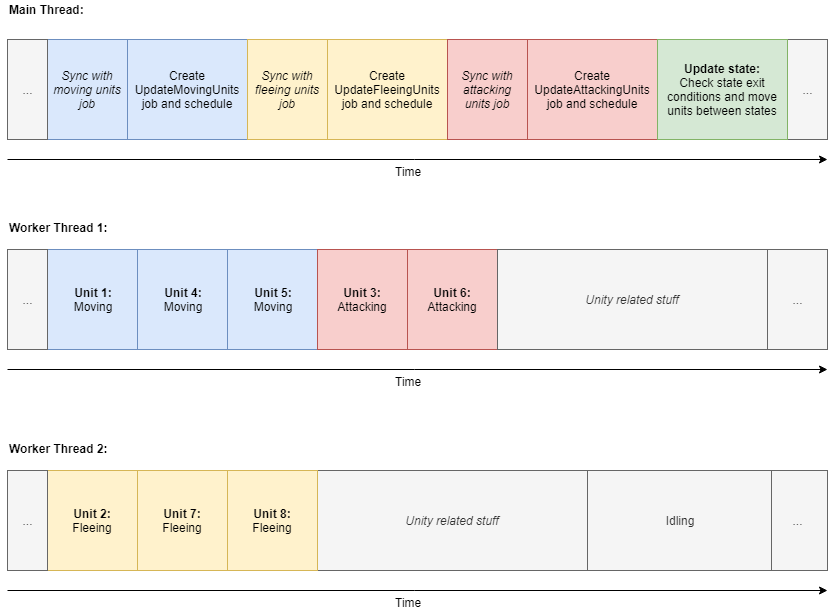
This is presentation/pictures/concurrent.png from sppt-2019/report, a draw.io export, as it was before one commit. Source tidied: cells renumbered, new cells last; positions are measured from the earlier drawing's top-left corner, leaving out a move shared by most shapes.
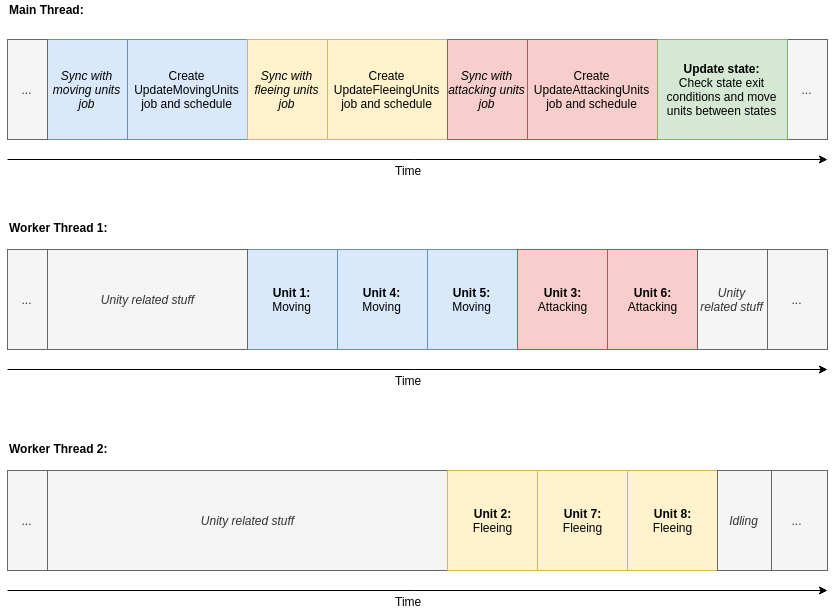
Above is the later version.

Diff of the diagram source:
```diff
@@ -40,25 +40,25 @@
       </mxGeometry>
     </mxCell>
     <mxCell id="11" value="&lt;b&gt;Unit 1:&lt;br&gt;&lt;/b&gt;Moving&lt;br&gt;&lt;b&gt;&lt;/b&gt;" style="rounded=0;whiteSpace=wrap;html=1;fillColor=#dae8fc;strokeColor=#6c8ebf;" parent="1" vertex="1">
-      <mxGeometry x="40" y="249" width="90" height="100" as="geometry" />
+      <mxGeometry x="240" y="249" width="90" height="100" as="geometry" />
     </mxCell>
     <mxCell id="12" value="&lt;div&gt;&lt;b&gt;Unit 4:&lt;/b&gt;&lt;/div&gt;Moving&lt;br&gt;&lt;b&gt;&lt;/b&gt;" style="rounded=0;whiteSpace=wrap;html=1;fillColor=#dae8fc;strokeColor=#6c8ebf;" parent="1" vertex="1">
-      <mxGeometry x="130" y="249" width="90" height="100" as="geometry" />
+      <mxGeometry x="330" y="249" width="90" height="100" as="geometry" />
     </mxCell>
     <mxCell id="13" value="&lt;div&gt;&lt;b&gt;Unit 5:&lt;/b&gt;&lt;/div&gt;Moving&lt;br&gt;&lt;b&gt;&lt;/b&gt;" style="rounded=0;whiteSpace=wrap;html=1;fillColor=#dae8fc;strokeColor=#6c8ebf;" parent="1" vertex="1">
-      <mxGeometry x="220" y="249" width="90" height="100" as="geometry" />
+      <mxGeometry x="420" y="249" width="90" height="100" as="geometry" />
     </mxCell>
     <mxCell id="14" value="..." style="rounded=0;whiteSpace=wrap;html=1;fillColor=#f5f5f5;strokeColor=#666666;fontColor=#333333;" parent="1" vertex="1">
       <mxGeometry x="760" y="249" width="60" height="100" as="geometry" />
     </mxCell>
     <mxCell id="15" value="&lt;b&gt;Unit 3:&lt;br&gt;&lt;/b&gt;&lt;div&gt;Attacking&lt;/div&gt;" style="rounded=0;whiteSpace=wrap;html=1;fillColor=#f8cecc;strokeColor=#b85450;" parent="1" vertex="1">
-      <mxGeometry x="310" y="249" width="90" height="100" as="geometry" />
+      <mxGeometry x="510" y="249" width="90" height="100" as="geometry" />
     </mxCell>
     <mxCell id="16" value="&lt;b&gt;Unit 6:&lt;br&gt;&lt;/b&gt;&lt;div&gt;Attacking&lt;/div&gt;" style="rounded=0;whiteSpace=wrap;html=1;fillColor=#f8cecc;strokeColor=#b85450;" parent="1" vertex="1">
-      <mxGeometry x="400" y="249" width="90" height="100" as="geometry" />
+      <mxGeometry x="600" y="249" width="90" height="100" as="geometry" />
     </mxCell>
     <mxCell id="17" value="&lt;i&gt;Unity related stuff&lt;br&gt;&lt;/i&gt;" style="rounded=0;whiteSpace=wrap;html=1;fillColor=#f5f5f5;strokeColor=#666666;fontColor=#333333;" parent="1" vertex="1">
-      <mxGeometry x="490" y="249" width="270" height="100" as="geometry" />
+      <mxGeometry x="40" y="249" width="200" height="100" as="geometry" />
     </mxCell>
     <mxCell id="18" value="&lt;div&gt;&lt;b&gt;Worker Thread 2:&lt;/b&gt;&lt;/div&gt;" style="text;html=1;align=left;verticalAlign=top;spacingTop=-4;" parent="1" vertex="1">
       <mxGeometry y="439" width="110" height="20" as="geometry" />
@@ -81,19 +81,19 @@
       <mxGeometry x="760" y="470" width="60" height="100" as="geometry" />
     </mxCell>
     <mxCell id="23" value="&lt;i&gt;Unity related stuff&lt;br&gt;&lt;/i&gt;" style="rounded=0;whiteSpace=wrap;html=1;fillColor=#f5f5f5;strokeColor=#666666;fontColor=#333333;" parent="1" vertex="1">
-      <mxGeometry x="310" y="470" width="270" height="100" as="geometry" />
+      <mxGeometry x="40" y="470" width="400" height="100" as="geometry" />
     </mxCell>
     <mxCell id="24" value="&lt;b&gt;Unit 2:&lt;br&gt;&lt;/b&gt;&lt;div&gt;Fleeing&lt;/div&gt;" style="rounded=0;whiteSpace=wrap;html=1;fillColor=#fff2cc;strokeColor=#d6b656;" parent="1" vertex="1">
-      <mxGeometry x="40" y="470" width="90" height="100" as="geometry" />
+      <mxGeometry x="440" y="470" width="90" height="100" as="geometry" />
     </mxCell>
     <mxCell id="25" value="&lt;b&gt;Unit 7:&lt;br&gt;&lt;/b&gt;&lt;div&gt;Fleeing&lt;/div&gt;" style="rounded=0;whiteSpace=wrap;html=1;fillColor=#fff2cc;strokeColor=#d6b656;" parent="1" vertex="1">
-      <mxGeometry x="130" y="470" width="90" height="100" as="geometry" />
+      <mxGeometry x="530" y="470" width="90" height="100" as="geometry" />
     </mxCell>
     <mxCell id="26" value="&lt;div&gt;&lt;b&gt;Unit 8:&lt;/b&gt;&lt;/div&gt;&lt;div&gt;Fleeing&lt;/div&gt;" style="rounded=0;whiteSpace=wrap;html=1;fillColor=#fff2cc;strokeColor=#d6b656;" parent="1" vertex="1">
-      <mxGeometry x="220" y="470" width="90" height="100" as="geometry" />
+      <mxGeometry x="620" y="470" width="90" height="100" as="geometry" />
     </mxCell>
-    <mxCell id="27" value="Idling" style="rounded=0;whiteSpace=wrap;html=1;fillColor=#f5f5f5;strokeColor=#666666;fontColor=#333333;" parent="1" vertex="1">
-      <mxGeometry x="580" y="470" width="184" height="100" as="geometry" />
+    <mxCell id="27" value="Idling" style="rounded=0;whiteSpace=wrap;html=1;fillColor=#f5f5f5;strokeColor=#666666;fontColor=#333333;fontStyle=2;" parent="1" vertex="1">
+      <mxGeometry x="710" y="470" width="54" height="100" as="geometry" />
     </mxCell>
     <mxCell id="28" value="Create UpdateMovingUnits job and schedule" style="rounded=0;whiteSpace=wrap;html=1;fillColor=#dae8fc;strokeColor=#6c8ebf;" parent="1" vertex="1">
       <mxGeometry x="120" y="39" width="120" height="100" as="geometry" />
@@ -125,5 +125,8 @@
     <mxCell id="37" value="..." style="rounded=0;whiteSpace=wrap;html=1;fillColor=#f5f5f5;strokeColor=#666666;fontColor=#333333;" parent="1" vertex="1">
       <mxGeometry y="470" width="40" height="100" as="geometry" />
     </mxCell>
+    <mxCell id="38" value="&lt;i&gt;Unity related stuff&lt;br&gt;&lt;/i&gt;" style="rounded=0;whiteSpace=wrap;html=1;fillColor=#f5f5f5;strokeColor=#666666;fontColor=#333333;" parent="1" vertex="1">
+      <mxGeometry x="690" y="249" width="70" height="100" as="geometry" />
+    </mxCell>
   </root>
 </mxGraphModel>
```
